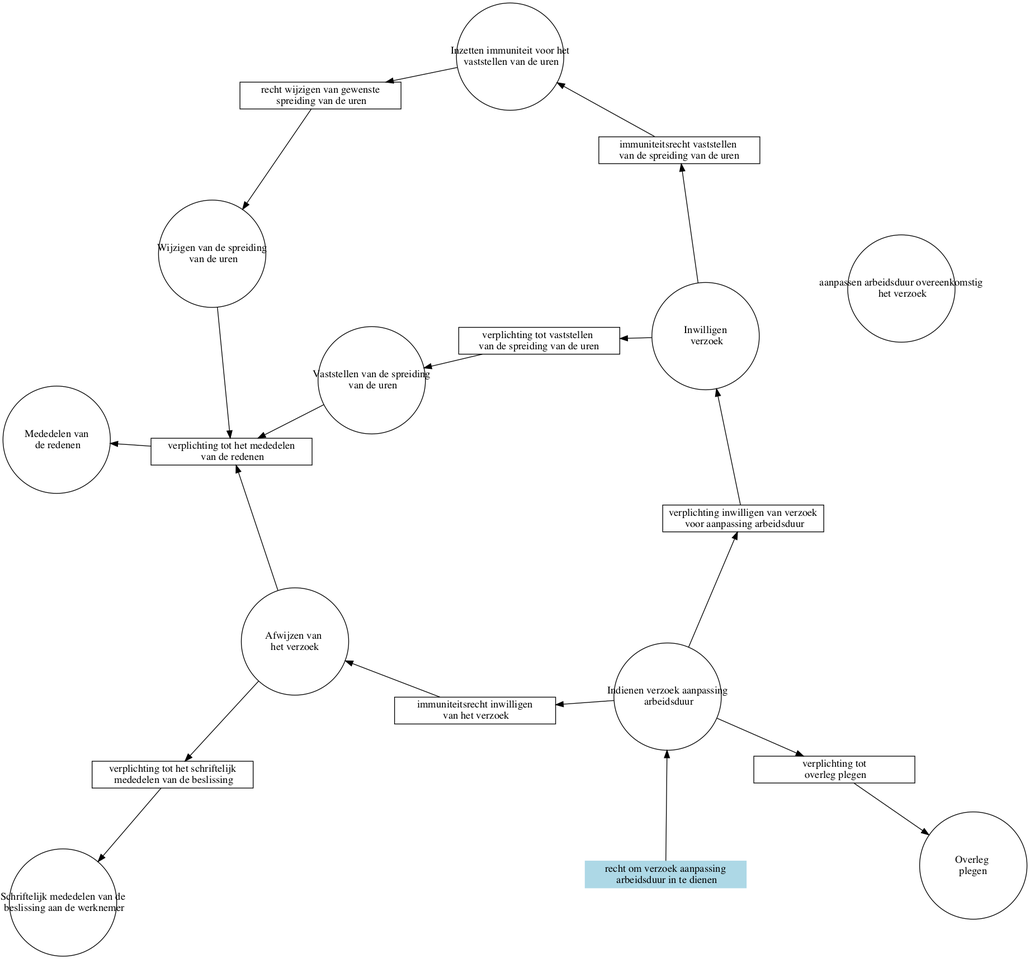
This is graphviz/visualiser.png from diederikd/DeBrug, a Graphviz export, as it was before one commit. Its source is kept beside it as graphviz/visualiser.gv.
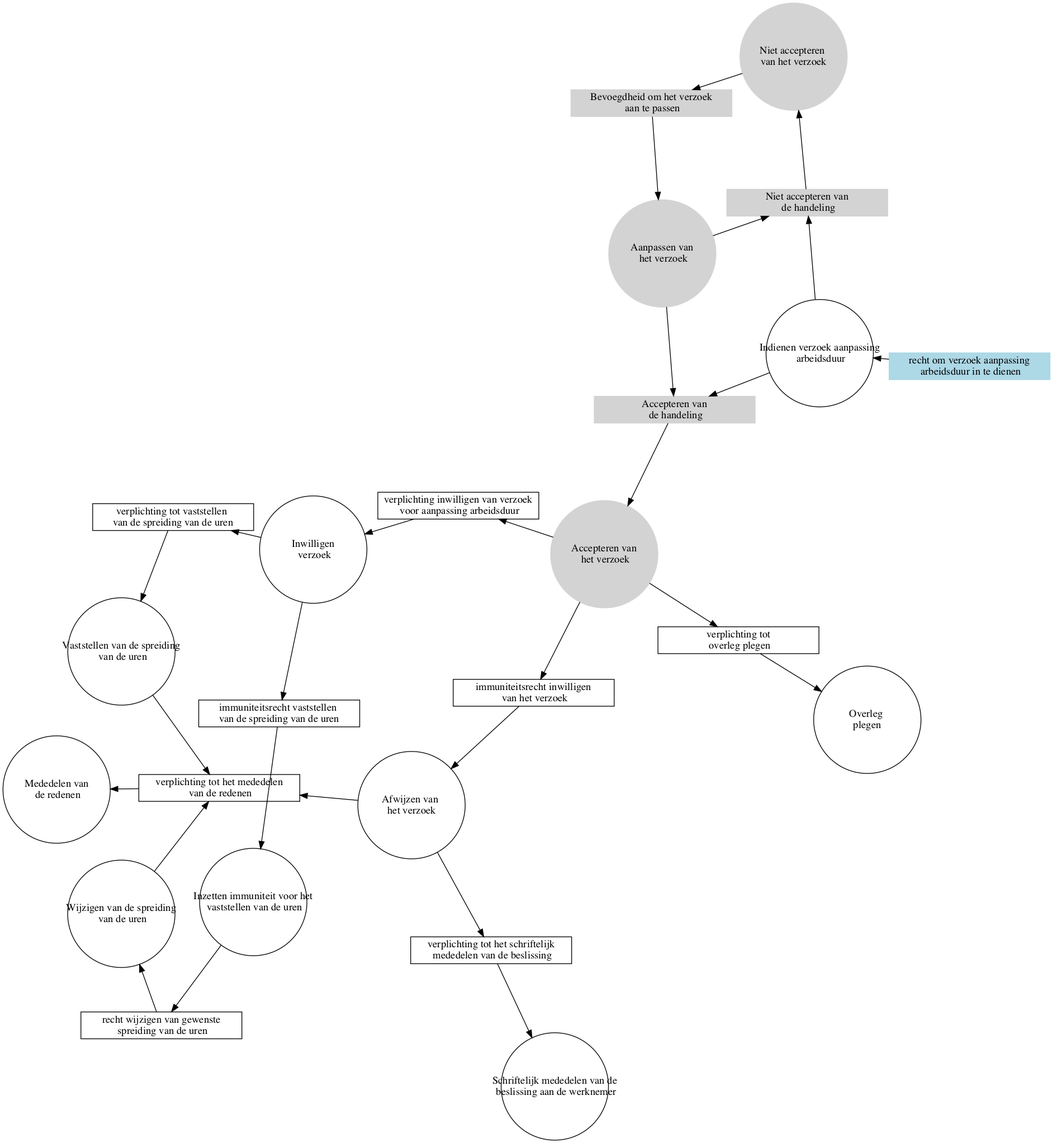
The same diagram one commit later.

Change to the diagram source:
```diff
@@ -5,7 +5,10 @@
 digraph diagram{
 rankdir=LR;
 node [shape=circle, fixedsize=true, width=2];"Indienen verzoek aanpassing
- arbeidsduur"; "Overleg
+ arbeidsduur"; "Accepteren van
+ het verzoek"[color=lightgray, style=filled]; "Niet accepteren
+van het verzoek"[color=lightgray, style=filled]; "Aanpassen van
+ het verzoek"[color=lightgray, style=filled]; "Overleg
 plegen"; "Inwilligen
  verzoek"; "Afwijzen van
 het verzoek"; "Inzetten immuniteit voor het
@@ -13,10 +16,15 @@
  van de uren"; "Wijzigen van de spreiding
  van de uren"; "Schriftelijk mededelen van de
  beslissing aan de werknemer"; "Mededelen van
- de redenen"; "aanpassen arbeidsduur overeenkomstig
- het verzoek";
+ de redenen";
 node [shape=box, fixedsize=true, width=3];"recht om verzoek aanpassing
- arbeidsduur in te dienen"[color=lightblue, style=filled]; "verplichting tot
+ arbeidsduur in te dienen"[color=lightblue, style=filled]; "Accepteren van
+ de handeling"; "Accepteren van
+ de handeling"[color=lightgray, style=filled]; "Niet accepteren van
+ de handeling"; "Niet accepteren van
+ de handeling"[color=lightgray, style=filled]; "Bevoegdheid om het verzoek
+ aan te passen"; "Bevoegdheid om het verzoek
+ aan te passen"[color=lightgray, style=filled]; "verplichting tot
  overleg plegen"; "verplichting inwilligen van verzoek
  voor aanpassing arbeidsduur"; "immuniteitsrecht inwilligen
  van het verzoek"; "verplichting tot vaststellen
@@ -28,6 +36,18 @@
 "recht om verzoek aanpassing
  arbeidsduur in te dienen"->"Indienen verzoek aanpassing
  arbeidsduur";
+
+"Accepteren van
+ de handeling"->"Accepteren van
+ het verzoek";
+
+"Niet accepteren van
+ de handeling"->"Niet accepteren
+van het verzoek";
+
+"Bevoegdheid om het verzoek
+ aan te passen"->"Aanpassen van
+ het verzoek";
 
 "verplichting tot
  overleg plegen"->"Overleg
@@ -62,14 +82,29 @@
  de redenen";
 
 "Indienen verzoek aanpassing
- arbeidsduur"->"verplichting tot
+ arbeidsduur"->"Accepteren van
+ de handeling";
+"Indienen verzoek aanpassing
+ arbeidsduur"->"Niet accepteren van
+ de handeling";
+"Accepteren van
+ het verzoek"->"verplichting tot
  overleg plegen";
-"Indienen verzoek aanpassing
- arbeidsduur"->"verplichting inwilligen van verzoek
+"Accepteren van
+ het verzoek"->"verplichting inwilligen van verzoek
  voor aanpassing arbeidsduur";
-"Indienen verzoek aanpassing
- arbeidsduur"->"immuniteitsrecht inwilligen
+"Accepteren van
+ het verzoek"->"immuniteitsrecht inwilligen
  van het verzoek";
+"Niet accepteren
+van het verzoek"->"Bevoegdheid om het verzoek
+ aan te passen";
+"Aanpassen van
+ het verzoek"->"Accepteren van
+ de handeling";
+"Aanpassen van
+ het verzoek"->"Niet accepteren van
+ de handeling";
 "Inwilligen
  verzoek"->"verplichting tot vaststellen
 van de spreiding van de uren";
```
